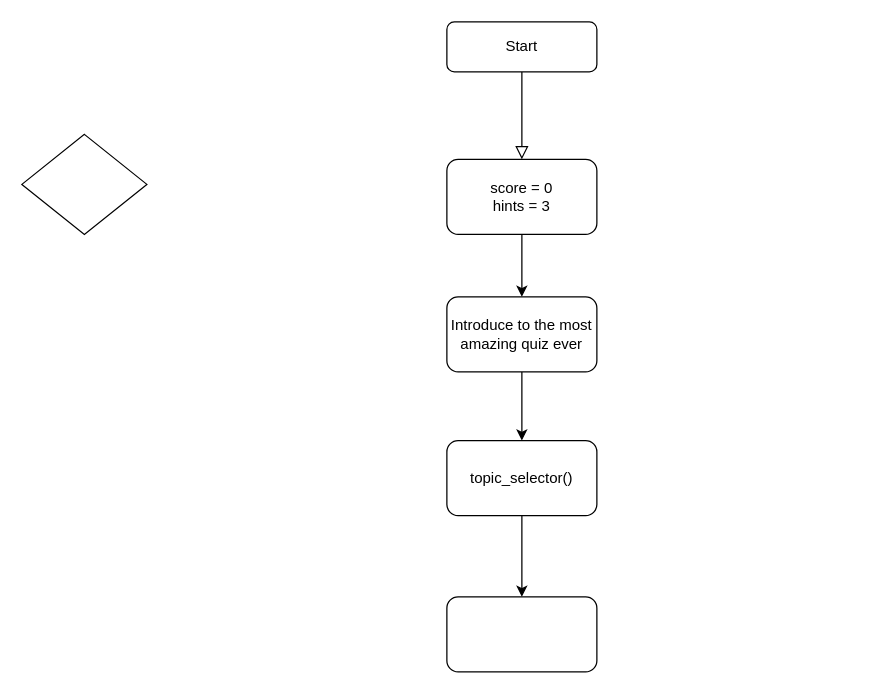
Before: Flowchart of quiz.drawio in ollienunn/Quiz-Assessment-, a draw.io diagram. Source tidied: cells renumbered, new cells numbered last; positions are measured from the earlier drawing's top-left corner, leaving out a move shared by most shapes. Both pictures are drawn from the tidied source at 125%, with x=0, y=0 at pixel (21, 21).
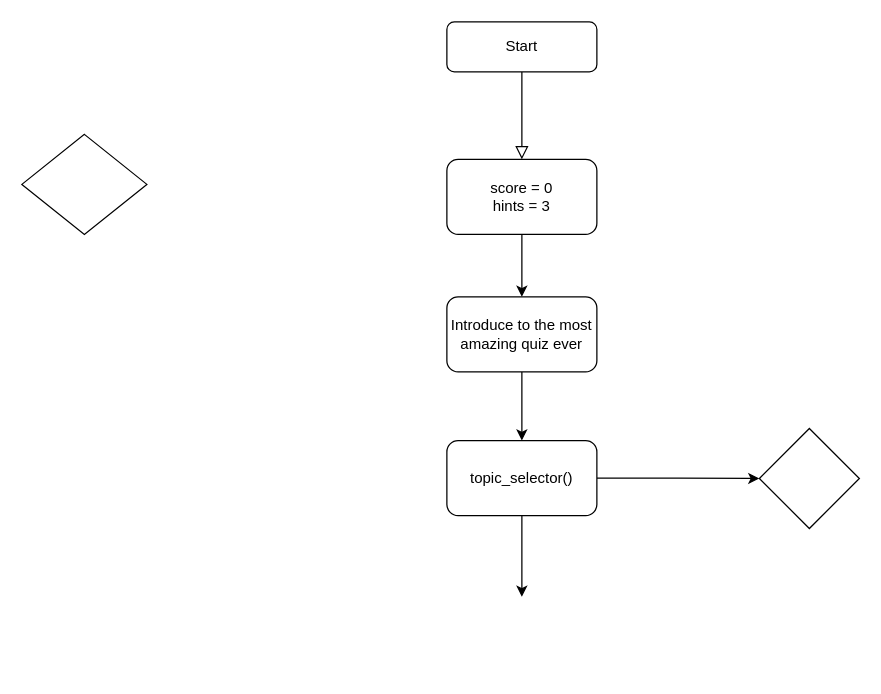
After the change.

Diff of the diagram source:
```diff
@@
 <mxGraphModel>
   <root>
     <mxCell id="0" />
     <mxCell id="1" parent="0" />
     <mxCell id="2" style="rounded=0;html=1;jettySize=auto;fontSize=11;endArrow=block;endFill=0;endSize=8;strokeWidth=1;shadow=0;labelBackgroundColor=none;edgeStyle=orthogonalEdgeStyle;entryX=0.5;entryY=0;entryDx=0;entryDy=0;" parent="1" edge="1" source="3" target="6">
       <mxGeometry relative="1" as="geometry" />
     </mxCell>
     <mxCell id="3" value="Start" style="rounded=1;whiteSpace=wrap;html=1;fontSize=12;glass=0;strokeWidth=1;shadow=0;" parent="1" vertex="1">
       <mxGeometry x="340" width="120" height="40" as="geometry" />
     </mxCell>
     <mxCell id="4" style="rhombus;whiteSpace=wrap;html=1;shadow=0;fontFamily=Helvetica;fontSize=12;align=center;strokeWidth=1;spacing=6;spacingTop=-4;" parent="1" vertex="1">
       <mxGeometry y="90" width="100" height="80" as="geometry" />
     </mxCell>
     <mxCell id="5" style="edgeStyle=orthogonalEdgeStyle;rounded=0;jettySize=auto;html=1;exitX=0.5;exitY=1;exitDx=0;exitDy=0;entryX=0.5;entryY=0;entryDx=0;entryDy=0;" parent="1" edge="1" source="6" target="8">
       <mxGeometry relative="1" as="geometry" />
     </mxCell>
     <mxCell id="6" value="score = 0&lt;div&gt;hints = 3&lt;/div&gt;" style="rounded=1;whiteSpace=wrap;html=1;" parent="1" vertex="1">
       <mxGeometry x="340" y="110" width="120" height="60" as="geometry" />
     </mxCell>
     <mxCell id="7" style="edgeStyle=orthogonalEdgeStyle;rounded=0;jettySize=auto;html=1;exitX=0.5;exitY=1;exitDx=0;exitDy=0;entryX=0.5;entryY=0;entryDx=0;entryDy=0;" parent="1" edge="1" source="8" target="10">
       <mxGeometry relative="1" as="geometry" />
     </mxCell>
     <mxCell id="8" value="Introduce to the most amazing quiz ever" style="rounded=1;whiteSpace=wrap;html=1;" parent="1" vertex="1">
       <mxGeometry x="340" y="220" width="120" height="60" as="geometry" />
     </mxCell>
-    <mxCell id="9" style="edgeStyle=orthogonalEdgeStyle;rounded=0;jettySize=auto;html=1;exitX=0.5;exitY=1;exitDx=0;exitDy=0;entryX=0.5;entryY=0;entryDx=0;entryDy=0;" parent="1" edge="1" source="10" target="11">
-      <mxGeometry relative="1" as="geometry" />
+    <mxCell id="9" style="edgeStyle=orthogonalEdgeStyle;rounded=0;jettySize=auto;html=1;exitX=0.5;exitY=1;exitDx=0;exitDy=0;entryX=0.5;entryY=0;entryDx=0;entryDy=0;" parent="1" edge="1" source="10">
+      <mxGeometry relative="1" as="geometry">
+        <mxPoint x="400" y="460" as="targetPoint" />
+      </mxGeometry>
     </mxCell>
+    <mxCell id="12" style="edgeStyle=orthogonalEdgeStyle;rounded=0;jettySize=auto;html=1;exitX=1;exitY=0.5;exitDx=0;exitDy=0;" parent="1" edge="1" source="10" target="13">
+      <mxGeometry relative="1" as="geometry" />
+    </mxCell>
     <mxCell id="10" value="topic_selector()" style="rounded=1;whiteSpace=wrap;html=1;" parent="1" vertex="1">
       <mxGeometry x="340" y="335" width="120" height="60" as="geometry" />
     </mxCell>
-    <mxCell id="11" style="rounded=1;whiteSpace=wrap;html=1;" parent="1" vertex="1">
-      <mxGeometry x="340" y="460" width="120" height="60" as="geometry" />
-    </mxCell>
+    <mxCell id="13" style="rhombus;whiteSpace=wrap;html=1;" parent="1" vertex="1">
+      <mxGeometry x="590" y="325.3" width="80" height="80" as="geometry" />
+    </mxCell>
   </root>
 </mxGraphModel>
```
